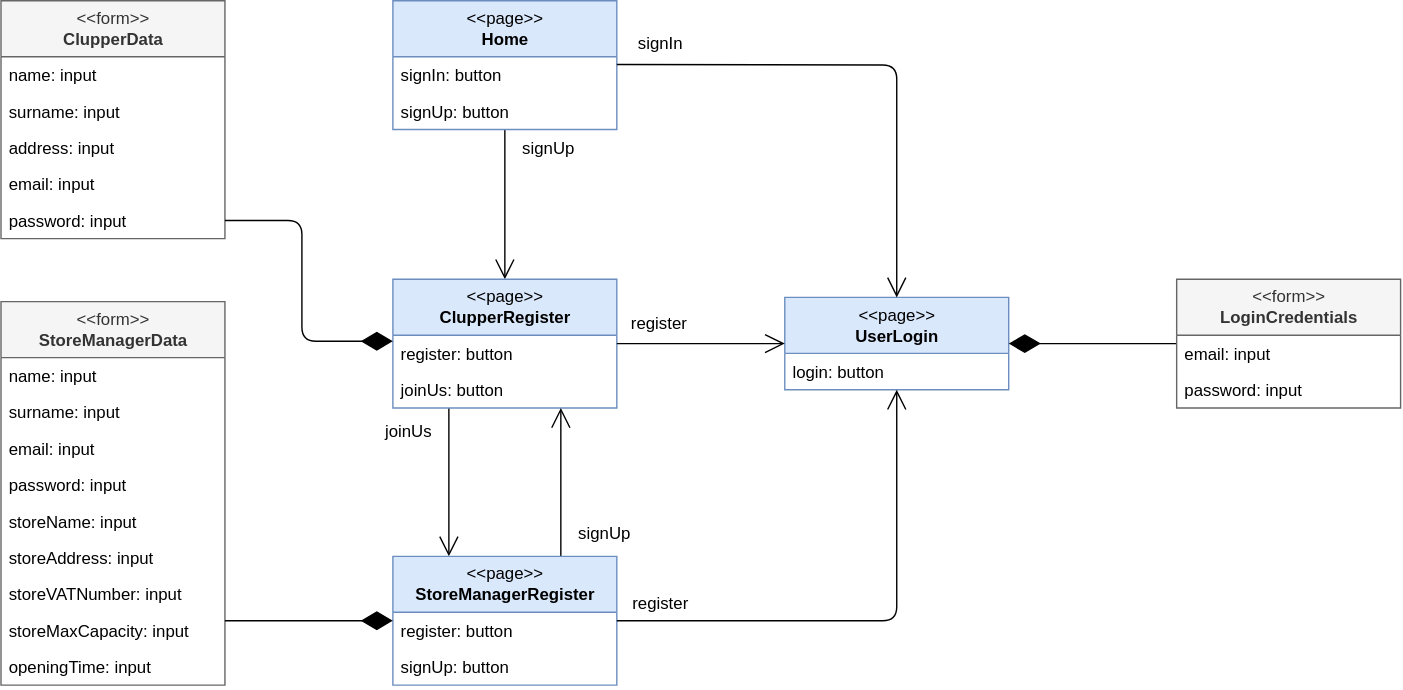
Above: assets/ux_diagrams/ux_visitor.svg in ferrohd/CLup (draw.io), before the change. Source tidied: cells renumbered, new cells last; positions are measured from the earlier drawing's top-left corner, leaving out a move shared by most shapes. Source of this version:
```xml
<mxGraphModel>
  <root>
    <mxCell id="0" />
    <mxCell id="1" parent="0" />
    <mxCell id="2" style="edgeStyle=orthogonalEdgeStyle;jettySize=auto;html=1;exitX=0.5;exitY=1;exitDx=0;exitDy=0;entryX=0.5;entryY=0;entryDx=0;entryDy=0;endArrow=open;endFill=0;endSize=12;" parent="1" edge="1" source="4" target="9">
      <mxGeometry relative="1" as="geometry" />
    </mxCell>
    <mxCell id="3" value="signUp" style="edgeLabel;html=1;align=center;verticalAlign=middle;fontSize=12;" parent="2" vertex="1">
      <mxGeometry x="-0.7" y="2" relative="1" as="geometry">
        <mxPoint x="28" y="-2.9" as="offset" />
      </mxGeometry>
    </mxCell>
    <mxCell id="4" value="&amp;lt;&amp;lt;page&amp;gt;&amp;gt;&lt;br&gt;&lt;b&gt;Home&lt;/b&gt;" style="swimlane;fontStyle=0;horizontal=1;startSize=40;fillColor=#dae8fc;html=1;strokeColor=#6c8ebf;" parent="1" vertex="1">
      <mxGeometry x="280" width="160" height="92" as="geometry" />
    </mxCell>
    <mxCell id="5" value="signIn: button" style="text;strokeColor=none;fillColor=none;align=left;verticalAlign=top;spacingLeft=4;spacingRight=4;overflow=hidden;" parent="4" vertex="1">
      <mxGeometry y="40" width="160" height="26" as="geometry" />
    </mxCell>
    <mxCell id="6" value="signUp: button&#10;" style="text;strokeColor=none;fillColor=none;align=left;verticalAlign=top;spacingLeft=4;spacingRight=4;overflow=hidden;spacing=2;" parent="4" vertex="1">
      <mxGeometry y="66" width="160" height="26" as="geometry" />
    </mxCell>
    <mxCell id="7" style="edgeStyle=orthogonalEdgeStyle;jettySize=auto;html=1;exitX=0.25;exitY=1;exitDx=0;exitDy=0;entryX=0.25;entryY=0;entryDx=0;entryDy=0;endArrow=open;endFill=0;endSize=12;" parent="1" edge="1" source="9" target="14">
      <mxGeometry relative="1" as="geometry" />
    </mxCell>
    <mxCell id="8" value="joinUs" style="edgeLabel;html=1;align=center;verticalAlign=middle;fontSize=12;" parent="7" vertex="1">
      <mxGeometry x="-0.71" y="-1" relative="1" as="geometry">
        <mxPoint x="-29" y="0.1" as="offset" />
      </mxGeometry>
    </mxCell>
    <mxCell id="9" value="&amp;lt;&amp;lt;page&amp;gt;&amp;gt;&lt;br&gt;&lt;b&gt;ClupperRegister&lt;/b&gt;" style="swimlane;fontStyle=0;horizontal=1;startSize=40;fillColor=#dae8fc;html=1;spacingBottom=0;strokeColor=#6c8ebf;" parent="1" vertex="1">
      <mxGeometry x="280" y="199" width="160" height="92" as="geometry" />
    </mxCell>
    <mxCell id="10" value="register: button" style="text;strokeColor=none;fillColor=none;align=left;verticalAlign=top;spacingLeft=4;spacingRight=4;overflow=hidden;points=[[0,0.5],[1,0.5]];portConstraint=eastwest;" parent="9" vertex="1">
      <mxGeometry y="40" width="160" height="26" as="geometry" />
    </mxCell>
    <mxCell id="11" value="joinUs: button&#10;" style="text;strokeColor=none;fillColor=none;align=left;verticalAlign=top;spacingLeft=4;spacingRight=4;overflow=hidden;spacing=2;" parent="9" vertex="1">
      <mxGeometry y="66" width="160" height="26" as="geometry" />
    </mxCell>
    <mxCell id="12" style="edgeStyle=orthogonalEdgeStyle;jettySize=auto;html=1;exitX=0.75;exitY=0;exitDx=0;exitDy=0;endArrow=open;endFill=0;endSize=12;" parent="1" edge="1" source="14">
      <mxGeometry relative="1" as="geometry">
        <mxPoint x="400" y="291" as="targetPoint" />
      </mxGeometry>
    </mxCell>
    <mxCell id="13" value="signUp" style="edgeLabel;html=1;align=center;verticalAlign=middle;fontSize=12;" parent="12" vertex="1">
      <mxGeometry x="0.54" y="-2" relative="1" as="geometry">
        <mxPoint x="28" y="64.4" as="offset" />
      </mxGeometry>
    </mxCell>
    <mxCell id="14" value="&amp;lt;&amp;lt;page&amp;gt;&amp;gt;&lt;br&gt;&lt;b&gt;StoreManagerRegister&lt;/b&gt;" style="swimlane;fontStyle=0;horizontal=1;startSize=40;fillColor=#dae8fc;html=1;strokeColor=#6c8ebf;" parent="1" vertex="1">
      <mxGeometry x="280" y="397" width="160" height="92" as="geometry" />
    </mxCell>
    <mxCell id="15" value="register: button" style="text;strokeColor=none;fillColor=none;align=left;verticalAlign=top;spacingLeft=4;spacingRight=4;overflow=hidden;points=[[0,0.5],[1,0.5]];portConstraint=eastwest;" parent="14" vertex="1">
      <mxGeometry y="40" width="160" height="26" as="geometry" />
    </mxCell>
    <mxCell id="16" value="signUp: button&#10;" style="text;strokeColor=none;fillColor=none;align=left;verticalAlign=top;spacingLeft=4;spacingRight=4;overflow=hidden;spacing=2;" parent="14" vertex="1">
      <mxGeometry y="66" width="160" height="26" as="geometry" />
    </mxCell>
    <mxCell id="17" value="&amp;lt;&amp;lt;form&amp;gt;&amp;gt;&lt;br&gt;&lt;b&gt;ClupperData&lt;/b&gt;" style="swimlane;fontStyle=0;horizontal=1;startSize=40;fillColor=#f5f5f5;html=1;strokeColor=#666666;fontColor=#333333;" parent="1" vertex="1">
      <mxGeometry width="160" height="170" as="geometry" />
    </mxCell>
    <mxCell id="18" value="name: input" style="text;strokeColor=none;fillColor=none;align=left;verticalAlign=middle;spacingLeft=4;spacingRight=4;overflow=hidden;" parent="17" vertex="1">
      <mxGeometry y="40" width="160" height="26" as="geometry" />
    </mxCell>
    <mxCell id="19" value="surname: input" style="text;strokeColor=none;fillColor=none;align=left;verticalAlign=top;spacingLeft=4;spacingRight=4;overflow=hidden;spacing=2;" parent="17" vertex="1">
      <mxGeometry y="66" width="160" height="26" as="geometry" />
    </mxCell>
    <mxCell id="20" value="address: input" style="text;strokeColor=none;fillColor=none;align=left;verticalAlign=top;spacingLeft=4;spacingRight=4;overflow=hidden;spacing=2;" parent="17" vertex="1">
      <mxGeometry y="92" width="160" height="26" as="geometry" />
    </mxCell>
    <mxCell id="21" value="email: input" style="text;strokeColor=none;fillColor=none;align=left;verticalAlign=top;spacingLeft=4;spacingRight=4;overflow=hidden;spacing=2;" parent="17" vertex="1">
      <mxGeometry y="118" width="160" height="26" as="geometry" />
    </mxCell>
    <mxCell id="22" value="password: input" style="text;strokeColor=none;fillColor=none;align=left;verticalAlign=top;spacingLeft=4;spacingRight=4;overflow=hidden;points=[[0,0.5],[1,0.5]];portConstraint=eastwest;spacing=2;" parent="17" vertex="1">
      <mxGeometry y="144" width="160" height="26" as="geometry" />
    </mxCell>
    <mxCell id="23" value="&amp;lt;&amp;lt;form&amp;gt;&amp;gt;&lt;br&gt;&lt;b&gt;StoreManagerData&lt;/b&gt;" style="swimlane;fontStyle=0;horizontal=1;startSize=40;fillColor=#f5f5f5;html=1;strokeColor=#666666;fontColor=#333333;" parent="1" vertex="1">
      <mxGeometry y="215" width="160" height="274" as="geometry" />
    </mxCell>
    <mxCell id="24" value="name: input" style="text;strokeColor=none;fillColor=none;align=left;verticalAlign=top;spacingLeft=4;spacingRight=4;overflow=hidden;" parent="23" vertex="1">
      <mxGeometry y="40" width="160" height="26" as="geometry" />
    </mxCell>
    <mxCell id="25" value="surname: input" style="text;strokeColor=none;fillColor=none;align=left;verticalAlign=top;spacingLeft=4;spacingRight=4;overflow=hidden;spacing=2;" parent="23" vertex="1">
      <mxGeometry y="66" width="160" height="26" as="geometry" />
    </mxCell>
    <mxCell id="26" value="email: input" style="text;strokeColor=none;fillColor=none;align=left;verticalAlign=top;spacingLeft=4;spacingRight=4;overflow=hidden;spacing=2;" parent="23" vertex="1">
      <mxGeometry y="92" width="160" height="26" as="geometry" />
    </mxCell>
    <mxCell id="27" value="password: input" style="text;strokeColor=none;fillColor=none;align=left;verticalAlign=top;spacingLeft=4;spacingRight=4;overflow=hidden;spacing=2;" parent="23" vertex="1">
      <mxGeometry y="118" width="160" height="26" as="geometry" />
    </mxCell>
    <mxCell id="28" value="storeName: input" style="text;strokeColor=none;fillColor=none;align=left;verticalAlign=top;spacingLeft=4;spacingRight=4;overflow=hidden;spacing=2;" parent="23" vertex="1">
      <mxGeometry y="144" width="160" height="26" as="geometry" />
    </mxCell>
    <mxCell id="29" value="storeAddress: input" style="text;strokeColor=none;fillColor=none;align=left;verticalAlign=top;spacingLeft=4;spacingRight=4;overflow=hidden;spacing=2;" parent="23" vertex="1">
      <mxGeometry y="170" width="160" height="26" as="geometry" />
    </mxCell>
    <mxCell id="30" value="storeVATNumber: input" style="text;strokeColor=none;fillColor=none;align=left;verticalAlign=top;spacingLeft=4;spacingRight=4;overflow=hidden;spacing=2;" parent="23" vertex="1">
      <mxGeometry y="196" width="160" height="26" as="geometry" />
    </mxCell>
    <mxCell id="31" value="storeMaxCapacity: input" style="text;strokeColor=none;fillColor=none;align=left;verticalAlign=top;spacingLeft=4;spacingRight=4;overflow=hidden;" parent="23" vertex="1">
      <mxGeometry y="222" width="160" height="26" as="geometry" />
    </mxCell>
    <mxCell id="32" value="openingTime: input" style="text;strokeColor=none;fillColor=none;align=left;verticalAlign=top;spacingLeft=4;spacingRight=4;overflow=hidden;" parent="23" vertex="1">
      <mxGeometry y="248" width="160" height="26" as="geometry" />
    </mxCell>
    <mxCell id="33" value="&amp;lt;&amp;lt;page&amp;gt;&amp;gt;&lt;br&gt;&lt;b&gt;UserLogin&lt;/b&gt;" style="swimlane;fontStyle=0;horizontal=1;startSize=40;fillColor=#dae8fc;html=1;spacingBottom=0;strokeColor=#6c8ebf;" parent="1" vertex="1">
      <mxGeometry x="560" y="212" width="160" height="66" as="geometry" />
    </mxCell>
    <mxCell id="34" value="login: button" style="text;strokeColor=none;fillColor=none;align=left;verticalAlign=top;spacingLeft=4;spacingRight=4;overflow=hidden;" parent="33" vertex="1">
      <mxGeometry y="40" width="160" height="26" as="geometry" />
    </mxCell>
    <mxCell id="35" style="endArrow=open;endFill=1;endSize=12;html=1;entryX=0;entryY=0.5;entryDx=0;entryDy=0;" parent="1" edge="1" target="33">
      <mxGeometry relative="1" as="geometry">
        <mxPoint x="440" y="245" as="sourcePoint" />
      </mxGeometry>
    </mxCell>
    <mxCell id="36" value="register" style="edgeLabel;html=1;align=center;verticalAlign=middle;fontSize=12;" parent="35" vertex="1">
      <mxGeometry x="-0.33" y="1" relative="1" as="geometry">
        <mxPoint x="-10.7" y="-14" as="offset" />
      </mxGeometry>
    </mxCell>
    <mxCell id="37" style="endArrow=open;endFill=1;endSize=12;html=1;entryX=0.5;entryY=0;entryDx=0;entryDy=0;" parent="1" edge="1" target="33">
      <mxGeometry relative="1" as="geometry">
        <mxPoint x="440" y="45.6" as="sourcePoint" />
        <Array as="points">
          <mxPoint x="640" y="46" />
        </Array>
      </mxGeometry>
    </mxCell>
    <mxCell id="38" value="signIn" style="edgeLabel;html=1;align=center;verticalAlign=middle;fontSize=12;" parent="37" vertex="1">
      <mxGeometry x="0.14" y="1" relative="1" as="geometry">
        <mxPoint x="-171" y="-24.3" as="offset" />
      </mxGeometry>
    </mxCell>
    <mxCell id="39" style="endArrow=open;endFill=1;endSize=12;html=1;entryX=0.5;entryY=1;entryDx=0;entryDy=0;exitX=1;exitY=0.5;exitDx=0;exitDy=0;" parent="1" edge="1" source="14" target="33">
      <mxGeometry relative="1" as="geometry">
        <Array as="points">
          <mxPoint x="640" y="443" />
        </Array>
      </mxGeometry>
    </mxCell>
    <mxCell id="40" value="register" style="edgeLabel;html=1;align=center;verticalAlign=middle;fontSize=12;" parent="39" vertex="1">
      <mxGeometry x="-0.78" y="3" relative="1" as="geometry">
        <mxPoint x="-10" y="-10" as="offset" />
      </mxGeometry>
    </mxCell>
    <mxCell id="41" style="edgeStyle=orthogonalEdgeStyle;jettySize=auto;html=1;exitX=0;exitY=0.5;exitDx=0;exitDy=0;entryX=1;entryY=0.5;entryDx=0;entryDy=0;endArrow=diamondThin;endFill=1;endSize=20;" parent="1" edge="1" source="42" target="33">
      <mxGeometry relative="1" as="geometry" />
    </mxCell>
    <mxCell id="42" value="&amp;lt;&amp;lt;form&amp;gt;&amp;gt;&lt;br&gt;&lt;b&gt;LoginCredentials&lt;/b&gt;" style="swimlane;fontStyle=0;horizontal=1;startSize=40;fillColor=#f5f5f5;html=1;strokeColor=#666666;fontColor=#333333;" parent="1" vertex="1">
      <mxGeometry x="840" y="199" width="160" height="92" as="geometry" />
    </mxCell>
    <mxCell id="43" value="email: input" style="text;strokeColor=none;fillColor=none;align=left;verticalAlign=top;spacingLeft=4;spacingRight=4;overflow=hidden;spacing=2;" parent="42" vertex="1">
      <mxGeometry y="40" width="160" height="26" as="geometry" />
    </mxCell>
    <mxCell id="44" value="password: input" style="text;strokeColor=none;fillColor=none;align=left;verticalAlign=top;spacingLeft=4;spacingRight=4;overflow=hidden;spacing=2;" parent="42" vertex="1">
      <mxGeometry y="66" width="160" height="26" as="geometry" />
    </mxCell>
    <mxCell id="45" style="edgeStyle=orthogonalEdgeStyle;jettySize=auto;html=1;entryX=0;entryY=0.232;entryDx=0;entryDy=0;endArrow=diamondThin;endFill=1;endSize=20;entryPerimeter=0;" parent="1" edge="1" target="15">
      <mxGeometry relative="1" as="geometry">
        <mxPoint x="160" y="443" as="sourcePoint" />
      </mxGeometry>
    </mxCell>
    <mxCell id="46" style="edgeStyle=orthogonalEdgeStyle;jettySize=auto;html=1;exitX=1;exitY=0.5;exitDx=0;exitDy=0;endArrow=diamondThin;endFill=1;endSize=20;entryX=0;entryY=0.166;entryDx=0;entryDy=0;entryPerimeter=0;" parent="1" edge="1" source="22" target="10">
      <mxGeometry relative="1" as="geometry" />
    </mxCell>
  </root>
</mxGraphModel>
```
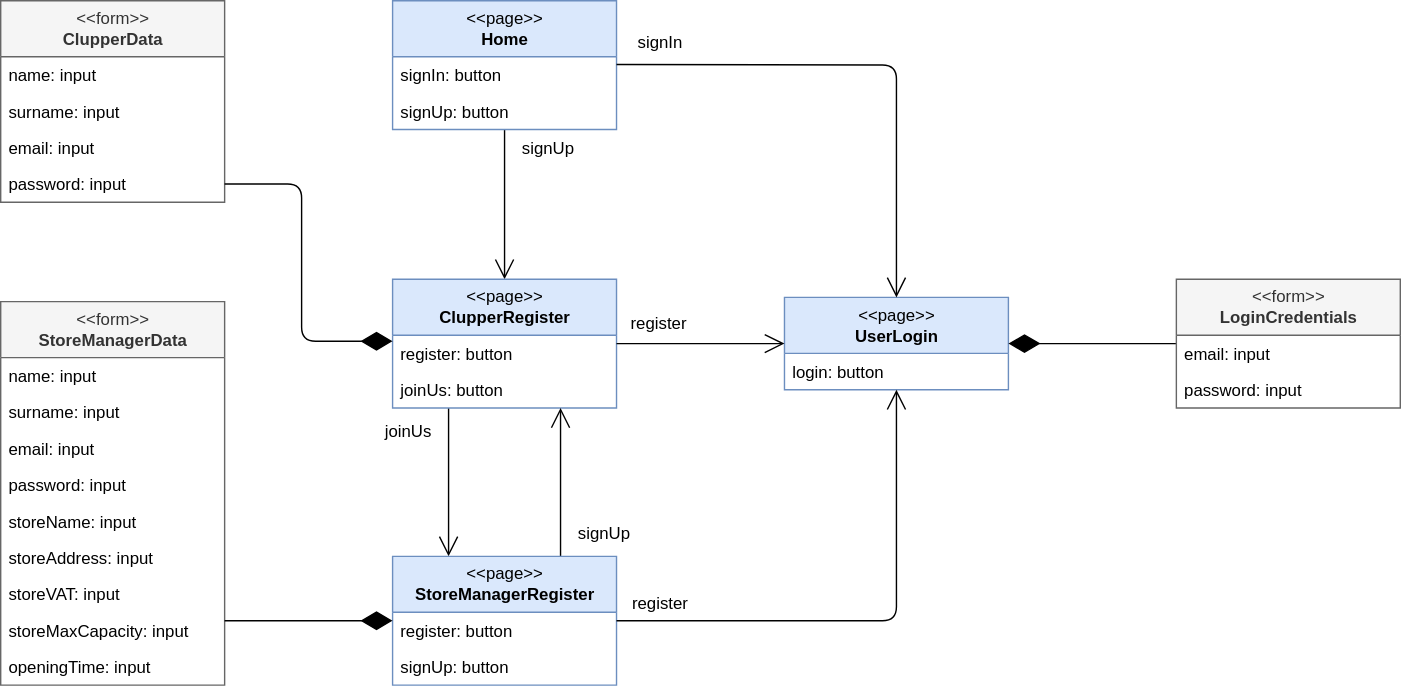
After the commit.

The edit, as a diff of the source:
```diff
@@ -56,7 +56,7 @@
       <mxGeometry y="66" width="160" height="26" as="geometry" />
     </mxCell>
     <mxCell id="17" value="&amp;lt;&amp;lt;form&amp;gt;&amp;gt;&lt;br&gt;&lt;b&gt;ClupperData&lt;/b&gt;" style="swimlane;fontStyle=0;horizontal=1;startSize=40;fillColor=#f5f5f5;html=1;strokeColor=#666666;fontColor=#333333;" parent="1" vertex="1">
-      <mxGeometry width="160" height="170" as="geometry" />
+      <mxGeometry width="160" height="144" as="geometry" />
     </mxCell>
     <mxCell id="18" value="name: input" style="text;strokeColor=none;fillColor=none;align=left;verticalAlign=middle;spacingLeft=4;spacingRight=4;overflow=hidden;" parent="17" vertex="1">
       <mxGeometry y="40" width="160" height="26" as="geometry" />
@@ -64,14 +64,11 @@
     <mxCell id="19" value="surname: input" style="text;strokeColor=none;fillColor=none;align=left;verticalAlign=top;spacingLeft=4;spacingRight=4;overflow=hidden;spacing=2;" parent="17" vertex="1">
       <mxGeometry y="66" width="160" height="26" as="geometry" />
     </mxCell>
-    <mxCell id="20" value="address: input" style="text;strokeColor=none;fillColor=none;align=left;verticalAlign=top;spacingLeft=4;spacingRight=4;overflow=hidden;spacing=2;" parent="17" vertex="1">
-      <mxGeometry y="92" width="160" height="26" as="geometry" />
-    </mxCell>
     <mxCell id="21" value="email: input" style="text;strokeColor=none;fillColor=none;align=left;verticalAlign=top;spacingLeft=4;spacingRight=4;overflow=hidden;spacing=2;" parent="17" vertex="1">
-      <mxGeometry y="118" width="160" height="26" as="geometry" />
+      <mxGeometry y="92" width="160" height="26" as="geometry" />
     </mxCell>
     <mxCell id="22" value="password: input" style="text;strokeColor=none;fillColor=none;align=left;verticalAlign=top;spacingLeft=4;spacingRight=4;overflow=hidden;points=[[0,0.5],[1,0.5]];portConstraint=eastwest;spacing=2;" parent="17" vertex="1">
-      <mxGeometry y="144" width="160" height="26" as="geometry" />
+      <mxGeometry y="118" width="160" height="26" as="geometry" />
     </mxCell>
     <mxCell id="23" value="&amp;lt;&amp;lt;form&amp;gt;&amp;gt;&lt;br&gt;&lt;b&gt;StoreManagerData&lt;/b&gt;" style="swimlane;fontStyle=0;horizontal=1;startSize=40;fillColor=#f5f5f5;html=1;strokeColor=#666666;fontColor=#333333;" parent="1" vertex="1">
       <mxGeometry y="215" width="160" height="274" as="geometry" />
@@ -94,7 +91,7 @@
     <mxCell id="29" value="storeAddress: input" style="text;strokeColor=none;fillColor=none;align=left;verticalAlign=top;spacingLeft=4;spacingRight=4;overflow=hidden;spacing=2;" parent="23" vertex="1">
       <mxGeometry y="170" width="160" height="26" as="geometry" />
     </mxCell>
-    <mxCell id="30" value="storeVATNumber: input" style="text;strokeColor=none;fillColor=none;align=left;verticalAlign=top;spacingLeft=4;spacingRight=4;overflow=hidden;spacing=2;" parent="23" vertex="1">
+    <mxCell id="30" value="storeVAT: input" style="text;strokeColor=none;fillColor=none;align=left;verticalAlign=top;spacingLeft=4;spacingRight=4;overflow=hidden;spacing=2;" parent="23" vertex="1">
       <mxGeometry y="196" width="160" height="26" as="geometry" />
     </mxCell>
     <mxCell id="31" value="storeMaxCapacity: input" style="text;strokeColor=none;fillColor=none;align=left;verticalAlign=top;spacingLeft=4;spacingRight=4;overflow=hidden;" parent="23" vertex="1">
```
